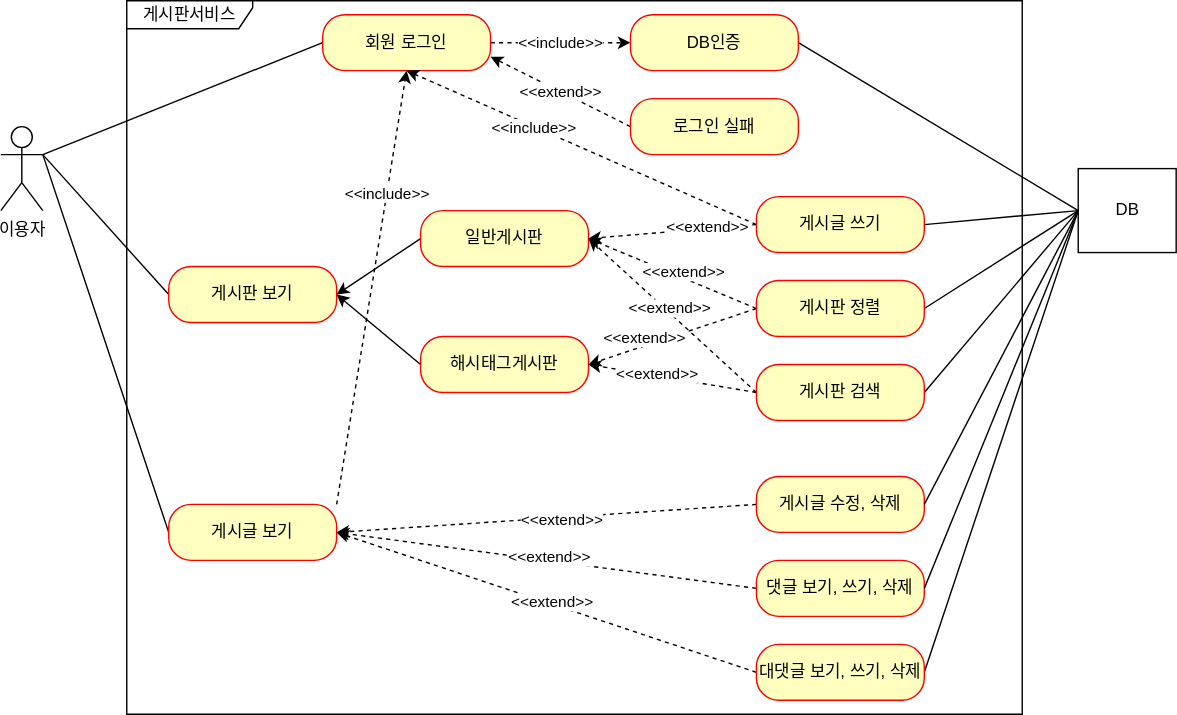
Before: document/use-case.svg, a diagram exported from draw.io (minho3/study-prj-board). Source tidied: cells renumbered, new cells last; positions are measured from the earlier drawing's top-left corner, leaving out a move shared by most shapes.
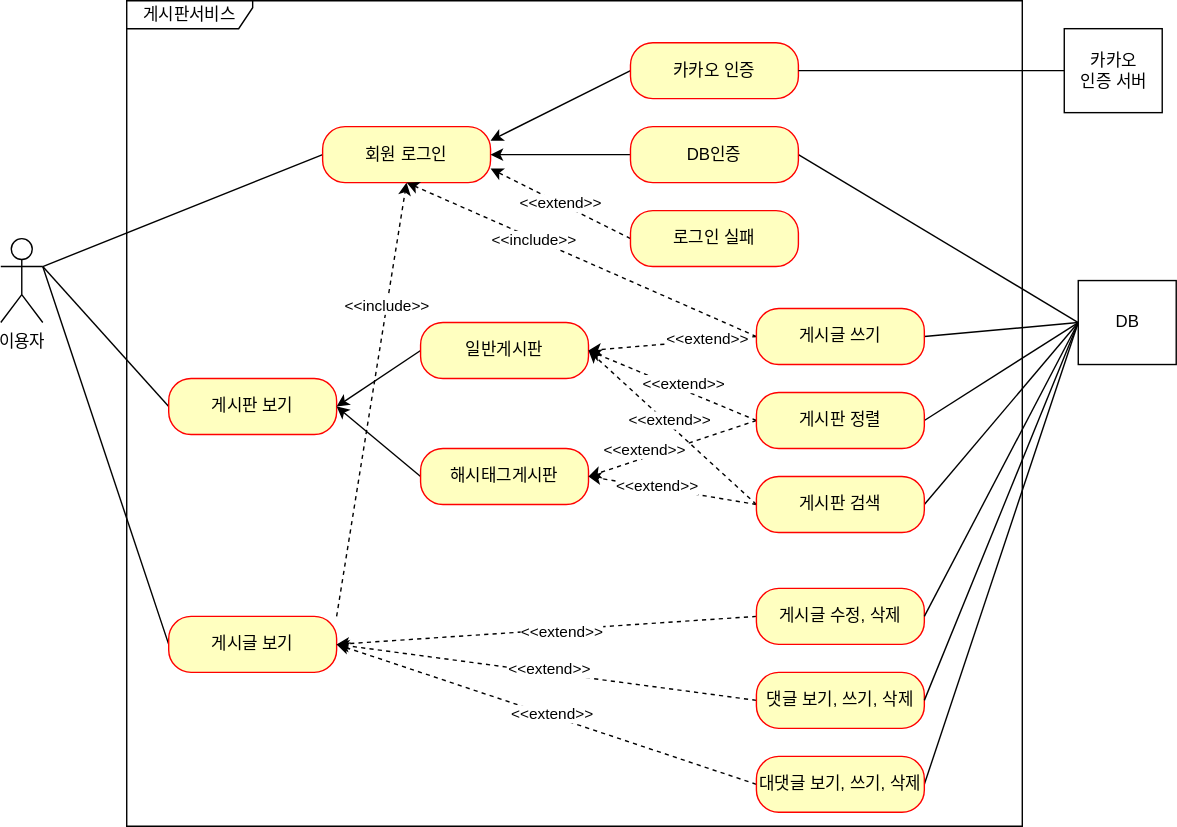
The same file after the commit.

Commit message:
#45 - use-case.svg 카카오 인증 유즈케이스 추가 (대댓글은 이전 커밋)

Diff of the diagram source:
```diff
@@ -6,7 +6,7 @@
       <mxGeometry y="90" width="30" height="60" as="geometry" />
     </mxCell>
     <mxCell id="3" value="게시판서비스" style="shape=umlFrame;whiteSpace=wrap;html=1;width=90;height=20;" parent="1" vertex="1">
-      <mxGeometry x="90" width="640" height="510" as="geometry" />
+      <mxGeometry x="90" y="-80" width="640" height="590" as="geometry" />
     </mxCell>
     <mxCell id="4" style="edgeStyle=none;rounded=0;jettySize=auto;html=1;exitX=0;exitY=0.5;exitDx=0;exitDy=0;endArrow=none;endFill=0;entryX=1;entryY=0.3333333333333333;entryDx=0;entryDy=0;entryPerimeter=0;" parent="1" edge="1" source="5" target="2">
       <mxGeometry relative="1" as="geometry" />
@@ -29,15 +29,17 @@
     <mxCell id="10" style="edgeStyle=none;rounded=0;jettySize=auto;html=1;exitX=0;exitY=0.5;exitDx=0;exitDy=0;entryX=1;entryY=0.3333333333333333;entryDx=0;entryDy=0;entryPerimeter=0;endArrow=none;endFill=0;" parent="1" edge="1" source="12" target="2">
       <mxGeometry relative="1" as="geometry" />
     </mxCell>
-    <mxCell id="11" value="&amp;lt;&amp;lt;include&amp;gt;&amp;gt;" style="edgeStyle=none;rounded=0;jettySize=auto;html=1;exitX=1;exitY=0.5;exitDx=0;exitDy=0;entryX=0;entryY=0.5;entryDx=0;entryDy=0;endArrow=classic;endFill=1;dashed=1;" parent="1" edge="1" source="12" target="14">
-      <mxGeometry relative="1" as="geometry" />
-    </mxCell>
     <mxCell id="12" value="회원 로그인" style="rounded=1;whiteSpace=wrap;html=1;arcSize=40;fontColor=#000000;fillColor=#ffffc0;strokeColor=#ff0000;" parent="1" vertex="1">
       <mxGeometry x="230" y="10" width="120" height="40" as="geometry" />
     </mxCell>
     <mxCell id="13" style="edgeStyle=none;rounded=0;jettySize=auto;html=1;exitX=1;exitY=0.5;exitDx=0;exitDy=0;entryX=0;entryY=0.5;entryDx=0;entryDy=0;startArrow=none;startFill=0;endArrow=none;endFill=0;" parent="1" edge="1" source="14" target="33">
       <mxGeometry relative="1" as="geometry" />
     </mxCell>
+    <mxCell id="52" style="edgeStyle=none;rounded=0;jettySize=auto;html=1;exitX=0;exitY=0.5;exitDx=0;exitDy=0;endArrow=classic;endFill=1;" parent="1" edge="1" source="14">
+      <mxGeometry relative="1" as="geometry">
+        <mxPoint x="350" y="30" as="targetPoint" />
+      </mxGeometry>
+    </mxCell>
     <mxCell id="14" value="DB인증" style="rounded=1;whiteSpace=wrap;html=1;arcSize=40;fontColor=#000000;fillColor=#ffffc0;strokeColor=#ff0000;" parent="1" vertex="1">
       <mxGeometry x="450" y="10" width="120" height="40" as="geometry" />
     </mxCell>
@@ -162,5 +164,17 @@
     <mxCell id="51" value="대댓글 보기, 쓰기, 삭제" style="rounded=1;whiteSpace=wrap;html=1;arcSize=40;fontColor=#000000;fillColor=#ffffc0;strokeColor=#ff0000;" parent="1" vertex="1">
       <mxGeometry x="540" y="460" width="120" height="40" as="geometry" />
     </mxCell>
+    <mxCell id="53" style="edgeStyle=none;rounded=0;jettySize=auto;html=1;exitX=0;exitY=0.5;exitDx=0;exitDy=0;endArrow=classic;endFill=1;entryX=1;entryY=0.25;entryDx=0;entryDy=0;" parent="1" edge="1" source="54" target="12">
+      <mxGeometry relative="1" as="geometry" />
+    </mxCell>
+    <mxCell id="54" value="카카오 인증" style="rounded=1;whiteSpace=wrap;html=1;arcSize=40;fontColor=#000000;fillColor=#ffffc0;strokeColor=#ff0000;" parent="1" vertex="1">
+      <mxGeometry x="450" y="-50" width="120" height="40" as="geometry" />
+    </mxCell>
+    <mxCell id="55" style="edgeStyle=none;rounded=0;jettySize=auto;html=1;exitX=0;exitY=0.5;exitDx=0;exitDy=0;endArrow=none;endFill=0;" parent="1" edge="1" source="56" target="54">
+      <mxGeometry relative="1" as="geometry" />
+    </mxCell>
+    <mxCell id="56" value="카카오&lt;br&gt;인증 서버" style="html=1;" parent="1" vertex="1">
+      <mxGeometry x="760" y="-60" width="70" height="60" as="geometry" />
+    </mxCell>
   </root>
 </mxGraphModel>
```
